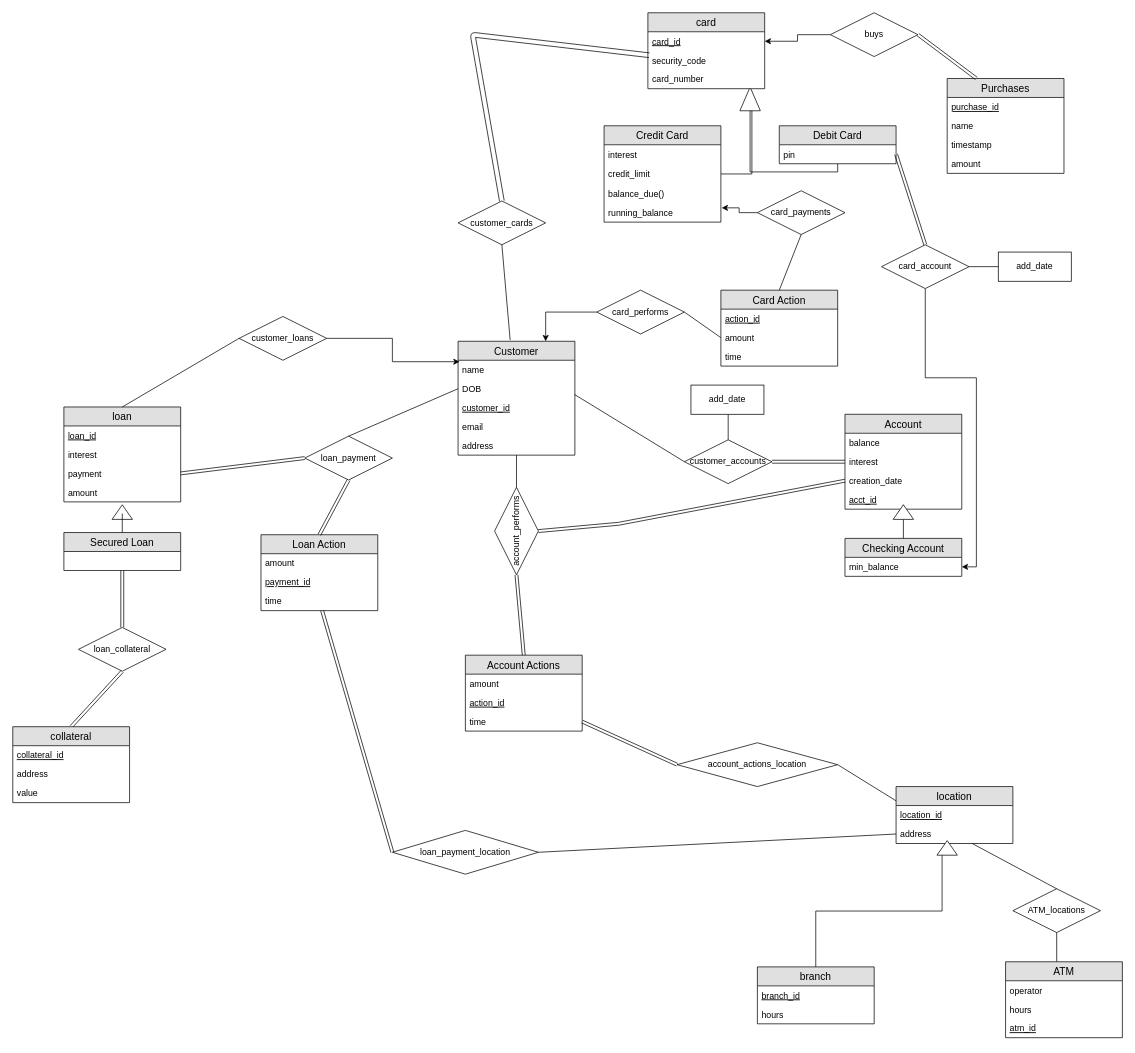
The draw.io diagram misc/NewEr.drawio in codyben/cse341-final-proj, before the edit. Source tidied: cells renumbered, new cells numbered last; positions are measured from the earlier drawing's top-left corner, leaving out a move shared by most shapes. Both pictures are drawn from the tidied source at 73%, with x=0, y=0 at pixel (12, 12).
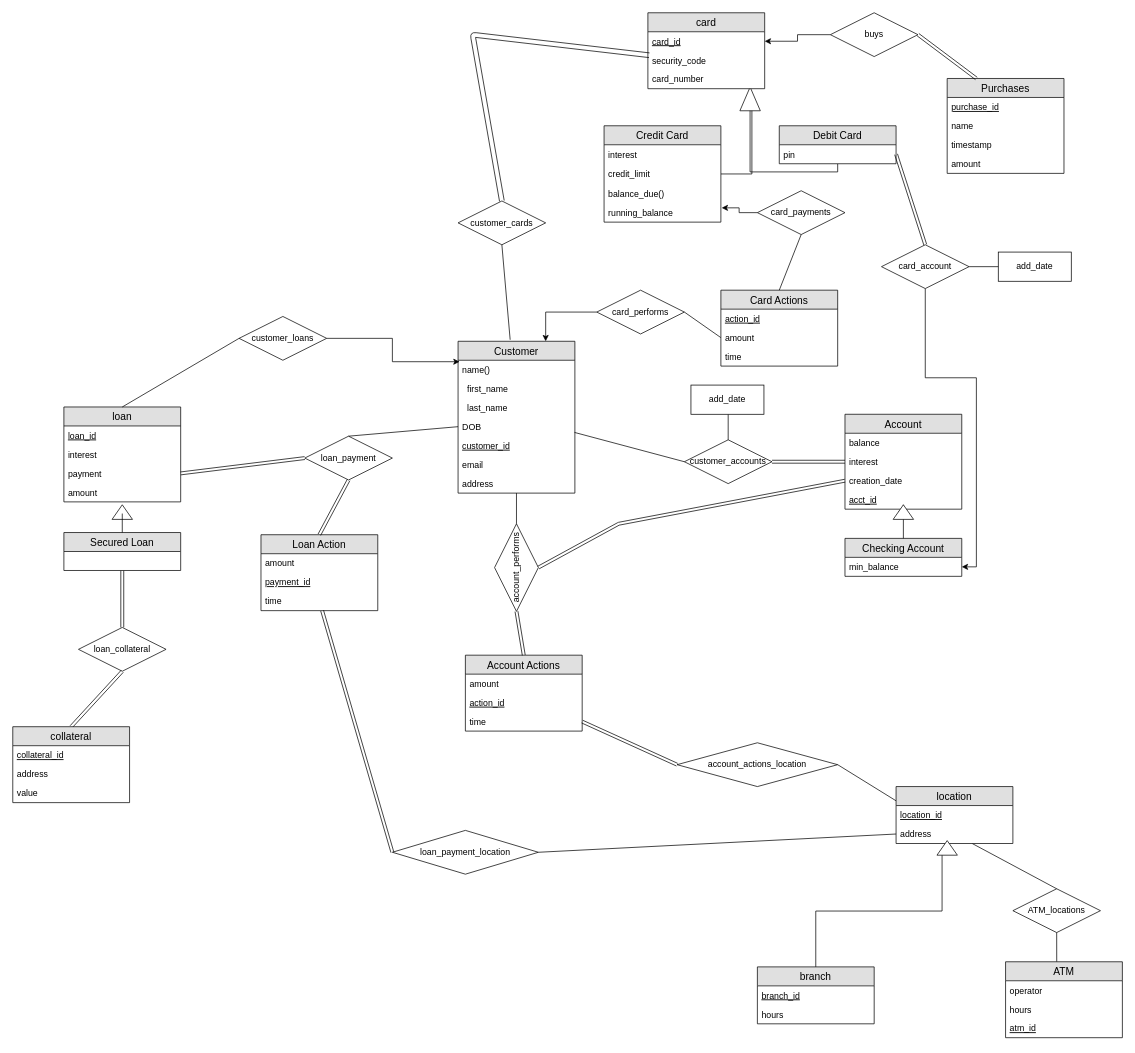
After the change.

Change to the diagram source:
```diff
@@
     <mxCell id="4" value="Customer" style="swimlane;fontStyle=0;horizontal=1;startSize=26;fillColor=#e0e0e0;swimlaneFillColor=#ffffff;align=center;fontSize=14;" parent="1" vertex="1">
-      <mxGeometry x="610" y="450" width="160" height="156" as="geometry" />
+      <mxGeometry x="610" y="450" width="160" height="208" as="geometry" />
     </mxCell>
-    <mxCell id="5" value="name" style="text;strokeColor=none;fillColor=none;spacingLeft=4;spacingRight=4;overflow=hidden;points=[[0,0.5],[1,0.5]];portConstraint=eastwest;fontSize=12;" parent="4" vertex="1">
+    <mxCell id="5" value="name()" style="text;strokeColor=none;fillColor=none;spacingLeft=4;spacingRight=4;overflow=hidden;points=[[0,0.5],[1,0.5]];portConstraint=eastwest;fontSize=12;" parent="4" vertex="1">
       <mxGeometry y="26" width="160" height="26" as="geometry" />
     </mxCell>
+    <mxCell id="118" value="  first_name" style="text;strokeColor=none;fillColor=none;spacingLeft=4;spacingRight=4;overflow=hidden;fontSize=12;" parent="4" vertex="1">
+      <mxGeometry y="52" width="160" height="26" as="geometry" />
+    </mxCell>
+    <mxCell id="119" value="  last_name" style="text;strokeColor=none;fillColor=none;spacingLeft=4;spacingRight=4;overflow=hidden;fontSize=12;" parent="4" vertex="1">
+      <mxGeometry y="78" width="160" height="26" as="geometry" />
+    </mxCell>
     <mxCell id="6" value="DOB" style="text;strokeColor=none;fillColor=none;spacingLeft=4;spacingRight=4;overflow=hidden;points=[[0,0.5],[1,0.5]];portConstraint=eastwest;fontSize=12;" parent="4" vertex="1">
-      <mxGeometry y="52" width="160" height="26" as="geometry" />
+      <mxGeometry y="104" width="160" height="26" as="geometry" />
     </mxCell>
     <mxCell id="7" value="customer_id" style="text;strokeColor=none;fillColor=none;spacingLeft=4;spacingRight=4;overflow=hidden;fontSize=12;fontStyle=4;" parent="4" vertex="1">
-      <mxGeometry y="78" width="160" height="26" as="geometry" />
+      <mxGeometry y="130" width="160" height="26" as="geometry" />
     </mxCell>
     <mxCell id="8" value="email" style="text;strokeColor=none;fillColor=none;spacingLeft=4;spacingRight=4;overflow=hidden;fontSize=12;" parent="4" vertex="1">
-      <mxGeometry y="104" width="160" height="26" as="geometry" />
+      <mxGeometry y="156" width="160" height="26" as="geometry" />
     </mxCell>
     <mxCell id="9" value="address" style="text;strokeColor=none;fillColor=none;spacingLeft=4;spacingRight=4;overflow=hidden;points=[[0,0.5],[1,0.5]];portConstraint=eastwest;fontSize=12;" parent="4" vertex="1">
-      <mxGeometry y="130" width="160" height="26" as="geometry" />
+      <mxGeometry y="182" width="160" height="26" as="geometry" />
     </mxCell>
@@
     <mxCell id="23" value="account_performs" style="shape=rhombus;perimeter=rhombusPerimeter;whiteSpace=wrap;html=1;align=center;rotation=-90;" parent="1" vertex="1">
-      <mxGeometry x="630" y="680" width="120" height="60" as="geometry" />
+      <mxGeometry x="630" y="730" width="120" height="60" as="geometry" />
     </mxCell>
@@
-    <mxCell id="73" value="Card Action" style="swimlane;fontStyle=0;horizontal=1;startSize=26;fillColor=#e0e0e0;swimlaneFillColor=#ffffff;align=center;fontSize=14;" parent="1" vertex="1">
+    <mxCell id="73" value="Card Actions" style="swimlane;fontStyle=0;horizontal=1;startSize=26;fillColor=#e0e0e0;swimlaneFillColor=#ffffff;align=center;fontSize=14;" parent="1" vertex="1">
       <mxGeometry x="970" y="380" width="160" height="104" as="geometry" />
     </mxCell>
```
